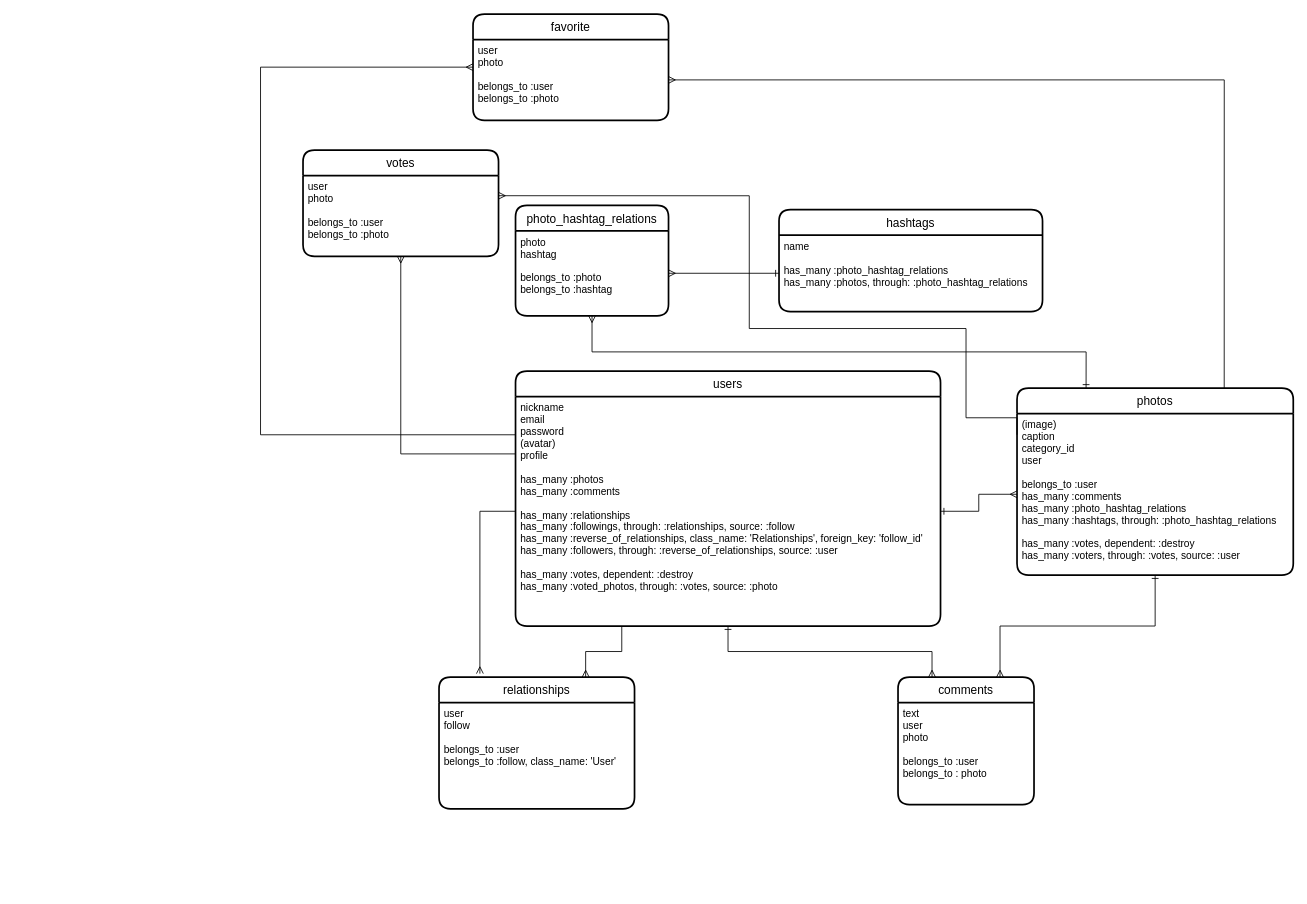
This is ER_petput.dio from MitsuTurtle/petput, a draw.io file, before an edit. Source tidied: cells renumbered, new cells numbered last; positions are measured from the earlier drawing's top-left corner, leaving out a move shared by most shapes. Both pictures are drawn from the tidied source at 85%, with x=0, y=0 at pixel (260, 14).
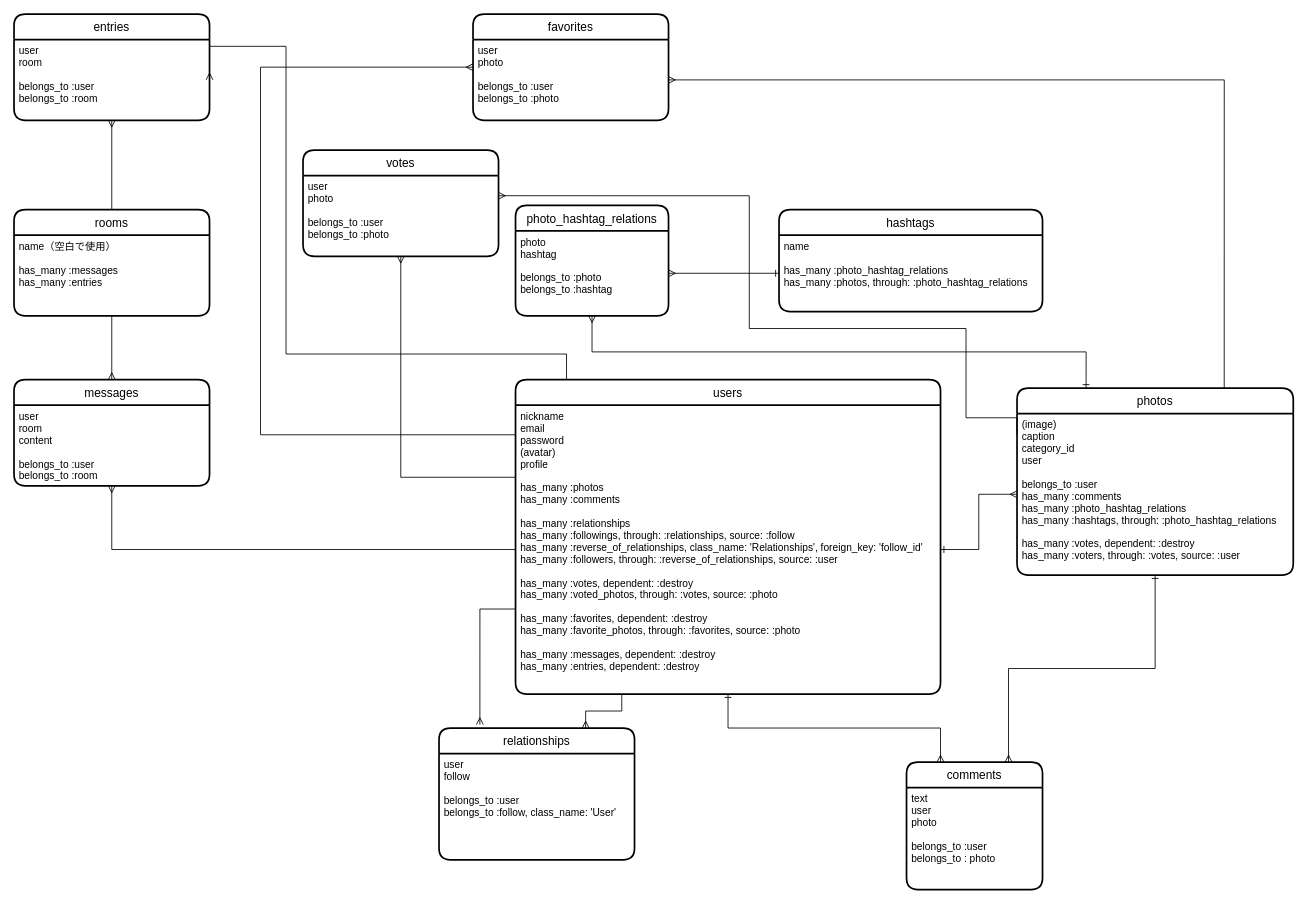
The same diagram, later.

Commit message (it also covers changes not shown here):
ER図とREADEMEを修正

Change to the diagram source:
```diff
@@
     <mxCell id="7" value="comments" style="swimlane;horizontal=1;startSize=30;rounded=1;fontSize=14;fontStyle=0;strokeWidth=2;shadow=0;dashed=0;align=center;" parent="1" vertex="1">
-      <mxGeometry x="750" y="780" width="160" height="150" as="geometry" />
+      <mxGeometry x="760" y="880" width="160" height="150" as="geometry" />
     </mxCell>
@@
+    <mxCell id="31" style="edgeStyle=orthogonalEdgeStyle;rounded=0;jettySize=auto;html=1;exitX=0.25;exitY=0;exitDx=0;exitDy=0;entryX=1;entryY=0.5;entryDx=0;entryDy=0;endArrow=ERmany;endFill=0;" parent="1" edge="1" source="18" target="33">
+      <mxGeometry relative="1" as="geometry">
+        <Array as="points">
+          <mxPoint x="360" y="430" />
+          <mxPoint x="360" y="400" />
+          <mxPoint x="30" y="400" />
+          <mxPoint x="30" y="38" />
+        </Array>
+      </mxGeometry>
+    </mxCell>
     <mxCell id="18" value="users" style="swimlane;horizontal=1;startSize=30;rounded=1;fontSize=14;fontStyle=0;strokeWidth=2;shadow=0;dashed=0;align=center;" parent="1" vertex="1">
-      <mxGeometry x="300" y="420" width="500" height="300" as="geometry" />
+      <mxGeometry x="300" y="430" width="500" height="370" as="geometry" />
     </mxCell>
-    <mxCell id="19" value="nickname&#10;email&#10;password&#10;(avatar)&#10;profile&#10;&#10;has_many :photos&#10;has_many :comments&#10;&#10;has_many :relationships&#10;  has_many :followings, through: :relationships, source: :follow&#10;  has_many :reverse_of_relationships, class_name: 'Relationships', foreign_key: 'follow_id'&#10;  has_many :followers, through: :reverse_of_relationships, source: :user&#10;&#10;has_many :votes, dependent: :destroy&#10;has_many :voted_photos, through: :votes, source: :photo&#10;" style="align=left;strokeColor=none;fillColor=none;spacingLeft=4;fontSize=12;verticalAlign=top;" parent="18" vertex="1">
-      <mxGeometry y="30" width="500" height="270" as="geometry" />
+    <mxCell id="19" value="nickname&#10;email&#10;password&#10;(avatar)&#10;profile&#10;&#10;has_many :photos&#10;has_many :comments&#10;&#10;has_many :relationships&#10;  has_many :followings, through: :relationships, source: :follow&#10;  has_many :reverse_of_relationships, class_name: 'Relationships', foreign_key: 'follow_id'&#10;  has_many :followers, through: :reverse_of_relationships, source: :user&#10;&#10;has_many :votes, dependent: :destroy&#10;has_many :voted_photos, through: :votes, source: :photo&#10;&#10;has_many :favorites, dependent: :destroy&#10;  has_many :favorite_photos, through: :favorites, source: :photo&#10;&#10;has_many :messages, dependent: :destroy&#10;  has_many :entries, dependent: :destroy" style="align=left;strokeColor=none;fillColor=none;spacingLeft=4;fontSize=12;verticalAlign=top;" parent="18" vertex="1">
+      <mxGeometry y="30" width="500" height="340" as="geometry" />
     </mxCell>
     <mxCell id="20" value="relationships" style="swimlane;horizontal=1;startSize=30;rounded=1;fontSize=14;fontStyle=0;strokeWidth=2;shadow=0;dashed=0;align=center;" parent="1" vertex="1">
-      <mxGeometry x="210" y="780" width="230" height="155" as="geometry" />
+      <mxGeometry x="210" y="840" width="230" height="155" as="geometry" />
     </mxCell>
@@
     <mxCell id="22" style="edgeStyle=orthogonalEdgeStyle;rounded=0;jettySize=auto;html=1;exitX=0;exitY=0.5;exitDx=0;exitDy=0;entryX=0.209;entryY=-0.026;entryDx=0;entryDy=0;entryPerimeter=0;endArrow=ERmany;endFill=0;" parent="1" edge="1" source="19" target="20">
-      <mxGeometry relative="1" as="geometry" />
+      <mxGeometry relative="1" as="geometry">
+        <Array as="points">
+          <mxPoint x="300" y="700" />
+          <mxPoint x="258" y="700" />
+        </Array>
+      </mxGeometry>
     </mxCell>
@@
-    <mxCell id="28" value="favorite" style="swimlane;horizontal=1;startSize=30;rounded=1;fontSize=14;fontStyle=0;strokeWidth=2;shadow=0;dashed=0;align=center;" parent="1" vertex="1">
+    <mxCell id="28" value="favorites" style="swimlane;horizontal=1;startSize=30;rounded=1;fontSize=14;fontStyle=0;strokeWidth=2;shadow=0;dashed=0;align=center;" parent="1" vertex="1">
       <mxGeometry x="250" width="230" height="125" as="geometry" />
     </mxCell>
@@
+    <mxCell id="32" value="entries" style="swimlane;horizontal=1;startSize=30;rounded=1;fontSize=14;fontStyle=0;strokeWidth=2;shadow=0;dashed=0;align=center;" parent="1" vertex="1">
+      <mxGeometry x="-290" width="230" height="125" as="geometry" />
+    </mxCell>
+    <mxCell id="33" value="user&#10;room&#10;&#10;belongs_to :user&#10;belongs_to :room" style="align=left;strokeColor=none;fillColor=none;spacingLeft=4;fontSize=12;verticalAlign=top;" parent="32" vertex="1">
+      <mxGeometry y="30" width="230" height="95" as="geometry" />
+    </mxCell>
+    <mxCell id="34" style="edgeStyle=orthogonalEdgeStyle;rounded=0;orthogonalLoop=1;jettySize=auto;html=1;exitX=0.5;exitY=1;exitDx=0;exitDy=0;" parent="32" edge="1" source="33" target="33">
+      <mxGeometry relative="1" as="geometry" />
+    </mxCell>
+    <mxCell id="35" value="messages" style="swimlane;horizontal=1;startSize=30;rounded=1;fontSize=14;fontStyle=0;strokeWidth=2;shadow=0;dashed=0;align=center;" parent="1" vertex="1">
+      <mxGeometry x="-290" y="430" width="230" height="125" as="geometry" />
+    </mxCell>
+    <mxCell id="36" value="user&#10;room&#10;content&#10;&#10;belongs_to :user&#10;belongs_to :room" style="align=left;strokeColor=none;fillColor=none;spacingLeft=4;fontSize=12;verticalAlign=top;" parent="35" vertex="1">
+      <mxGeometry y="30" width="230" height="95" as="geometry" />
+    </mxCell>
+    <mxCell id="37" style="edgeStyle=orthogonalEdgeStyle;rounded=0;orthogonalLoop=1;jettySize=auto;html=1;exitX=0.5;exitY=1;exitDx=0;exitDy=0;" parent="35" edge="1" source="36" target="36">
+      <mxGeometry relative="1" as="geometry" />
+    </mxCell>
+    <mxCell id="38" style="edgeStyle=orthogonalEdgeStyle;rounded=0;jettySize=auto;html=1;exitX=0.5;exitY=0;exitDx=0;exitDy=0;entryX=0.5;entryY=1;entryDx=0;entryDy=0;endArrow=ERmany;endFill=0;" parent="1" edge="1" source="39" target="33">
+      <mxGeometry relative="1" as="geometry" />
+    </mxCell>
+    <mxCell id="39" value="rooms" style="swimlane;horizontal=1;startSize=30;rounded=1;fontSize=14;fontStyle=0;strokeWidth=2;shadow=0;dashed=0;align=center;" parent="1" vertex="1">
+      <mxGeometry x="-290" y="230" width="230" height="125" as="geometry" />
+    </mxCell>
+    <mxCell id="40" value="name（空白で使用）&#10;&#10;has_many :messages&#10;has_many :entries" style="align=left;strokeColor=none;fillColor=none;spacingLeft=4;fontSize=12;verticalAlign=top;" parent="39" vertex="1">
+      <mxGeometry y="30" width="230" height="95" as="geometry" />
+    </mxCell>
+    <mxCell id="41" style="edgeStyle=orthogonalEdgeStyle;rounded=0;orthogonalLoop=1;jettySize=auto;html=1;exitX=0.5;exitY=1;exitDx=0;exitDy=0;" parent="39" edge="1" source="40" target="40">
+      <mxGeometry relative="1" as="geometry" />
+    </mxCell>
+    <mxCell id="42" style="edgeStyle=orthogonalEdgeStyle;rounded=0;jettySize=auto;html=1;exitX=0.5;exitY=1;exitDx=0;exitDy=0;entryX=0.5;entryY=0;entryDx=0;entryDy=0;endArrow=ERmany;endFill=0;" parent="1" edge="1" source="40" target="35">
+      <mxGeometry relative="1" as="geometry" />
+    </mxCell>
+    <mxCell id="43" style="edgeStyle=orthogonalEdgeStyle;rounded=0;jettySize=auto;html=1;exitX=0;exitY=0.5;exitDx=0;exitDy=0;entryX=0.5;entryY=1;entryDx=0;entryDy=0;endArrow=ERmany;endFill=0;" parent="1" edge="1" source="19" target="36">
+      <mxGeometry relative="1" as="geometry" />
+    </mxCell>
```
